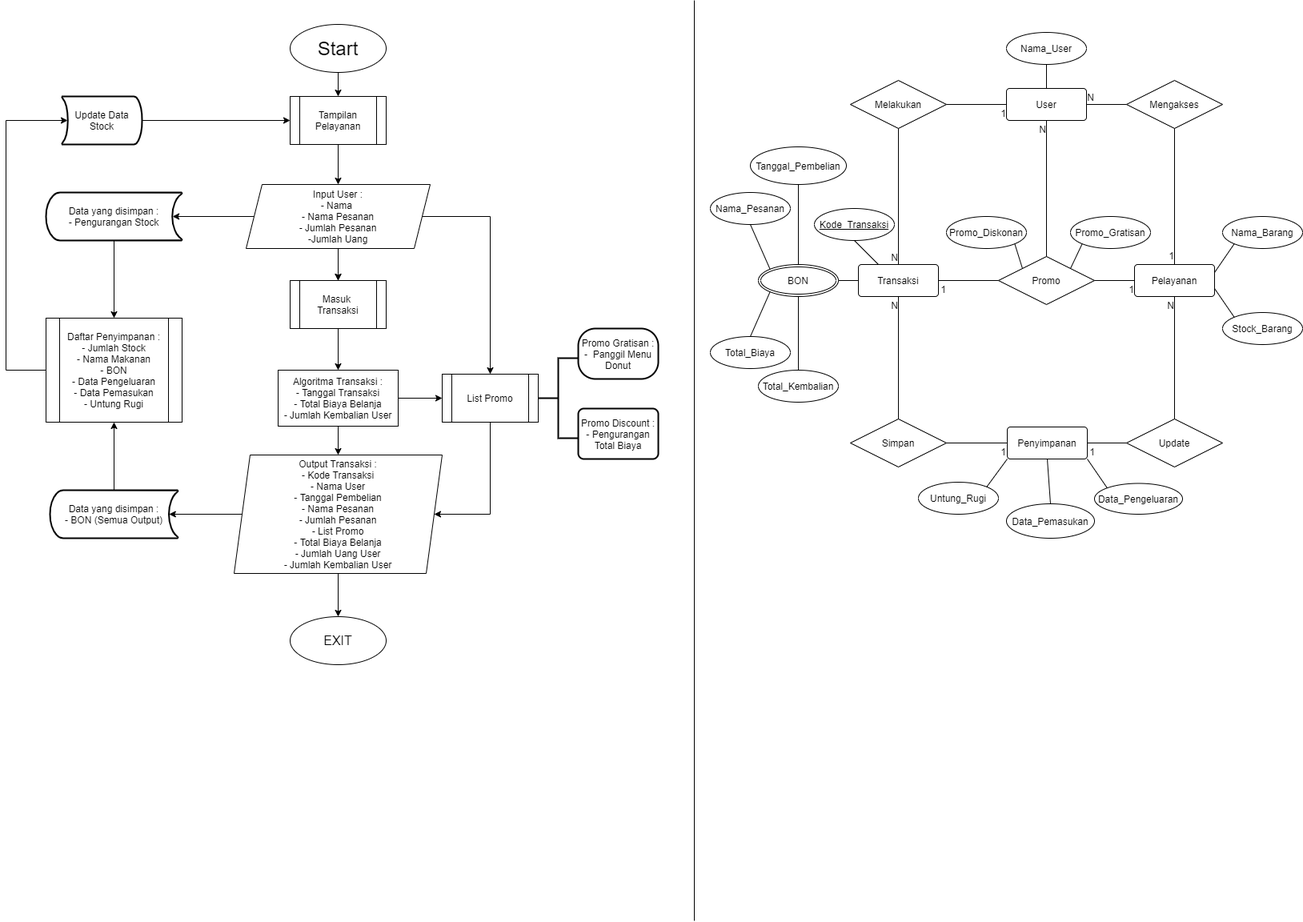
Above: FlowChart.png in MSZHabibie/HexaDon_San-Donuts-And-Cakes (draw.io), before the change. Source tidied: cells renumbered, new cells last; positions are measured from the earlier drawing's top-left corner, leaving out a move shared by most shapes.
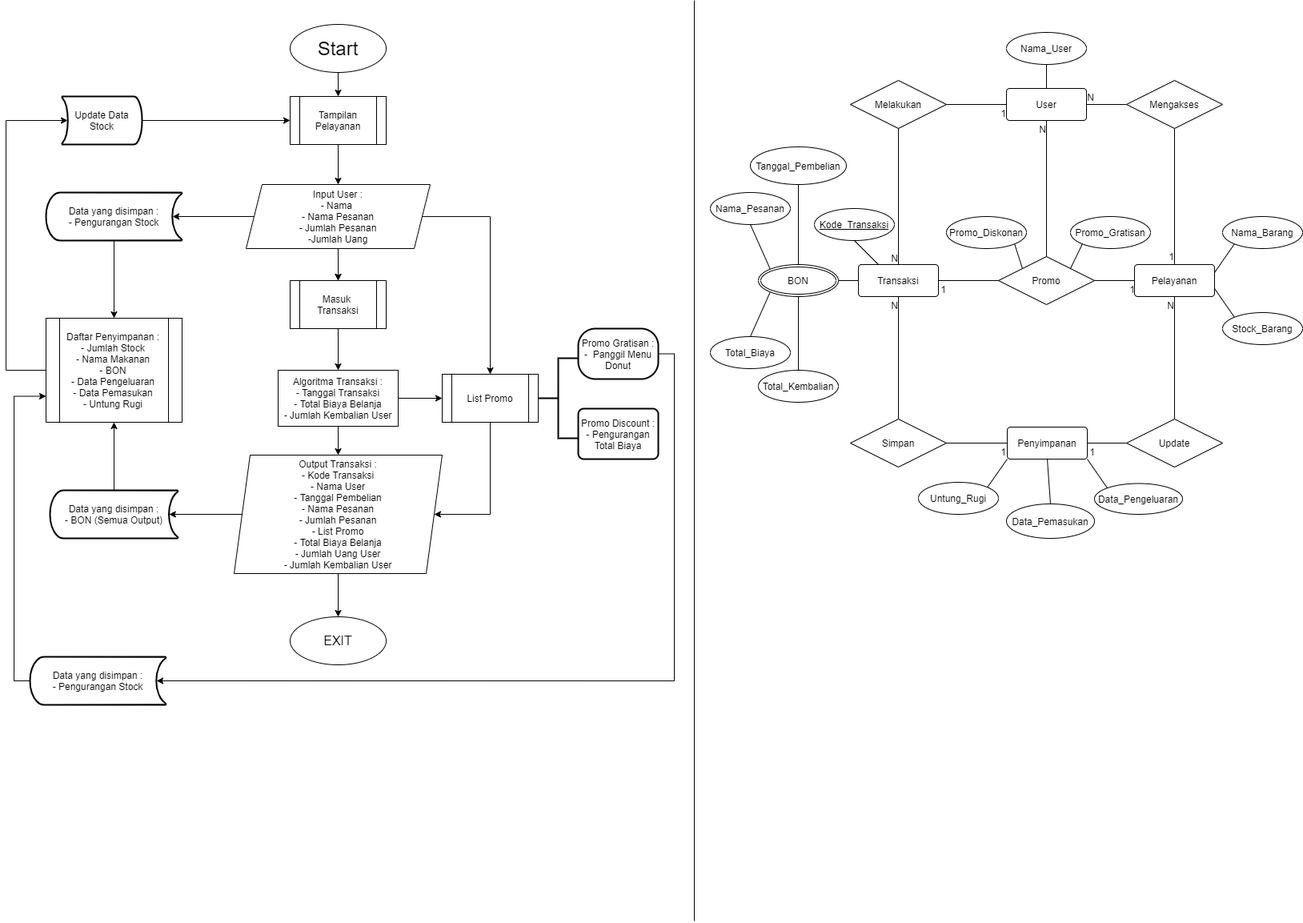
The same file after the commit.

Commit message:
Link Gratisan dan Penyimpanan

Change to the diagram source:
```diff
@@ -95,6 +95,14 @@
     <mxCell id="29" style="strokeWidth=2;html=1;shape=mxgraph.flowchart.annotation_2;align=left;labelPosition=right;" parent="1" vertex="1">
       <mxGeometry x="665" y="447" width="50" height="100" as="geometry" />
     </mxCell>
+    <mxCell id="93" style="edgeStyle=orthogonalEdgeStyle;rounded=0;jettySize=auto;html=1;exitX=1;exitY=0.5;exitDx=0;exitDy=0;entryX=0.93;entryY=0.5;entryDx=0;entryDy=0;entryPerimeter=0;" parent="1" edge="1" source="30" target="95">
+      <mxGeometry relative="1" as="geometry">
+        <Array as="points">
+          <mxPoint x="835" y="442" />
+          <mxPoint x="835" y="850" />
+        </Array>
+      </mxGeometry>
+    </mxCell>
     <mxCell id="30" value="Promo Gratisan :&lt;br&gt;-&amp;nbsp; Panggil Menu Donut" style="rounded=1;whiteSpace=wrap;html=1;absoluteArcSize=1;arcSize=43;strokeWidth=2;" parent="1" vertex="1">
       <mxGeometry x="715" y="410" width="100" height="63" as="geometry" />
     </mxCell>
@@ -307,5 +315,11 @@
         <mxPoint x="860" as="targetPoint" />
       </mxGeometry>
     </mxCell>
+    <mxCell id="94" style="edgeStyle=orthogonalEdgeStyle;rounded=0;jettySize=auto;html=1;exitX=0;exitY=0.5;exitDx=0;exitDy=0;exitPerimeter=0;entryX=0;entryY=0.75;entryDx=0;entryDy=0;" parent="1" edge="1" source="95" target="20">
+      <mxGeometry relative="1" as="geometry" />
+    </mxCell>
+    <mxCell id="95" value="Data yang disimpan :&lt;br&gt;- Pengurangan Stock" style="strokeWidth=2;html=1;shape=mxgraph.flowchart.stored_data;whiteSpace=wrap;" parent="1" vertex="1">
+      <mxGeometry x="30" y="820" width="170" height="60" as="geometry" />
+    </mxCell>
   </root>
 </mxGraphModel>
```
